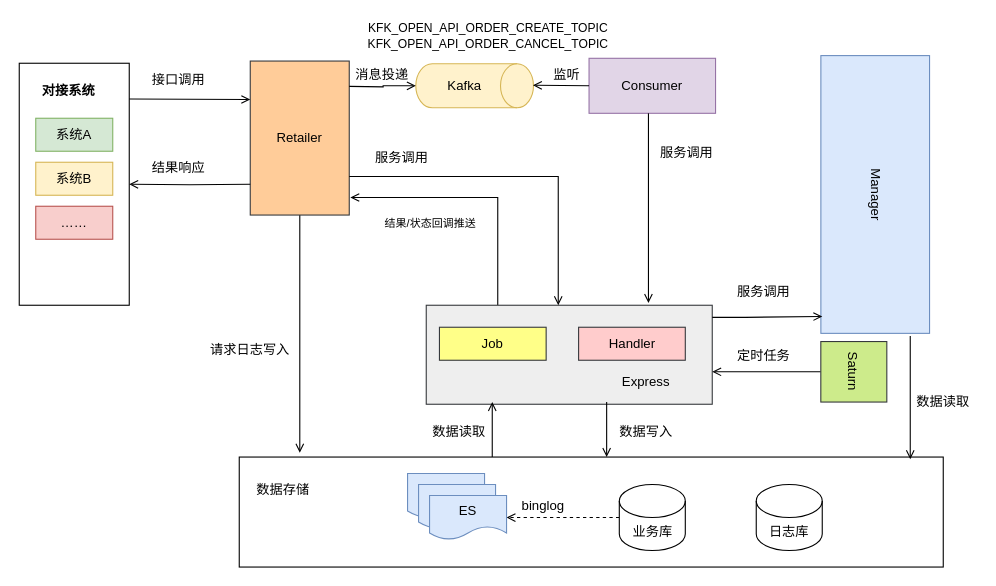
Above: page "标准接口方案设计" (5 of 6) of 导入.drawio in vvhard/draw_io (draw.io), before the change. Source tidied: cells renumbered, new cells numbered last; positions are measured from the earlier drawing's top-left corner, leaving out a move shared by most shapes. Both pictures are drawn from the tidied source at 110%, with x=0, y=0 at pixel (19, 19).
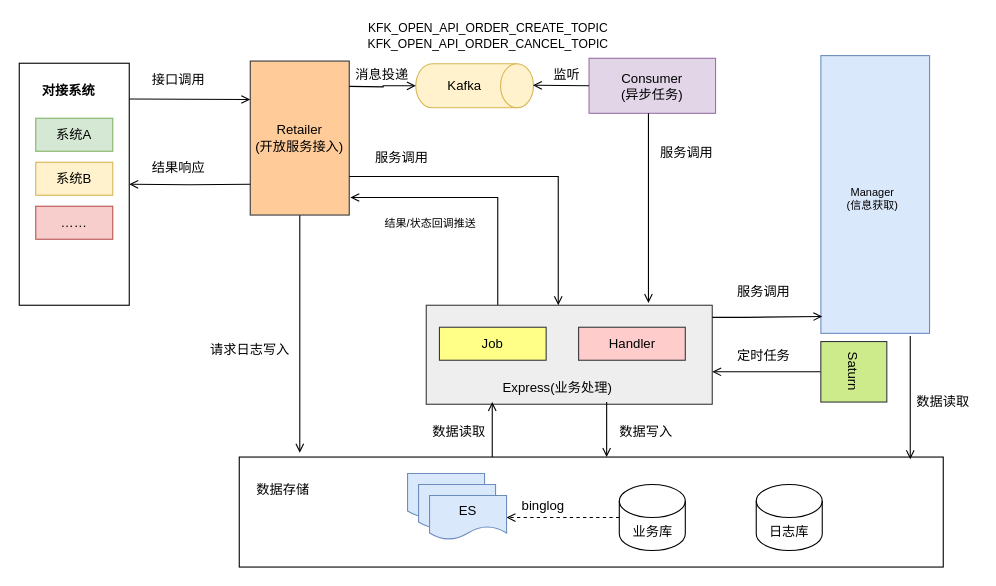
Above is the later version.

Commit message:
开放服务接入.drawio

Diff of the diagram source:
```diff
@@
-    <mxCell id="10" value="Retailer" style="rounded=0;whiteSpace=wrap;html=1;strokeWidth=1;fontSize=12;fillColor=#ffcc99;strokeColor=#36393d;" parent="1" vertex="1">
+    <mxCell id="10" value="Retailer&lt;br&gt;(开放服务接入)" style="rounded=0;whiteSpace=wrap;html=1;strokeWidth=1;fontSize=12;fillColor=#ffcc99;strokeColor=#36393d;" parent="1" vertex="1">
       <mxGeometry x="210" y="38" width="90" height="140" as="geometry" />
     </mxCell>
@@
-    <mxCell id="21" value="Consumer" style="rounded=0;whiteSpace=wrap;html=1;strokeWidth=1;fontSize=12;fillColor=#e1d5e7;strokeColor=#9673a6;" parent="1" vertex="1">
+    <mxCell id="21" value="Consumer&lt;br&gt;(异步任务)" style="rounded=0;whiteSpace=wrap;html=1;strokeWidth=1;fontSize=12;fillColor=#e1d5e7;strokeColor=#9673a6;" parent="1" vertex="1">
       <mxGeometry x="518" y="35.5" width="115" height="50" as="geometry" />
     </mxCell>
@@
-    <mxCell id="34" value="Express" style="text;html=1;strokeColor=none;fillColor=none;align=center;verticalAlign=middle;whiteSpace=wrap;rounded=0;" parent="1" vertex="1">
-      <mxGeometry x="540" y="315" width="60" height="30" as="geometry" />
+    <mxCell id="34" value="Express(业务处理)" style="text;html=1;strokeColor=none;fillColor=none;align=center;verticalAlign=middle;whiteSpace=wrap;rounded=0;" parent="1" vertex="1">
+      <mxGeometry x="429" y="320" width="121" height="30" as="geometry" />
     </mxCell>
@@
-    <mxCell id="44" value="Manager" style="rounded=0;whiteSpace=wrap;html=1;strokeWidth=1;fontSize=12;rotation=90;fillColor=#dae8fc;strokeColor=#6c8ebf;" parent="1" vertex="1">
+    <mxCell id="44" style="rounded=0;whiteSpace=wrap;html=1;strokeWidth=1;fontSize=12;rotation=90;fillColor=#dae8fc;strokeColor=#6c8ebf;" parent="1" vertex="1">
       <mxGeometry x="651.9" y="109.9" width="252.5" height="98.8" as="geometry" />
     </mxCell>
@@
+    <mxCell id="54" value="Manager&lt;br&gt;(信息获取)" style="text;html=1;strokeColor=none;fillColor=none;align=center;verticalAlign=middle;whiteSpace=wrap;rounded=0;strokeWidth=1;fontFamily=Helvetica;fontSize=10;fontColor=default;" parent="1" vertex="1">
+      <mxGeometry x="731.2" y="148" width="90" height="30" as="geometry" />
+    </mxCell>
```
